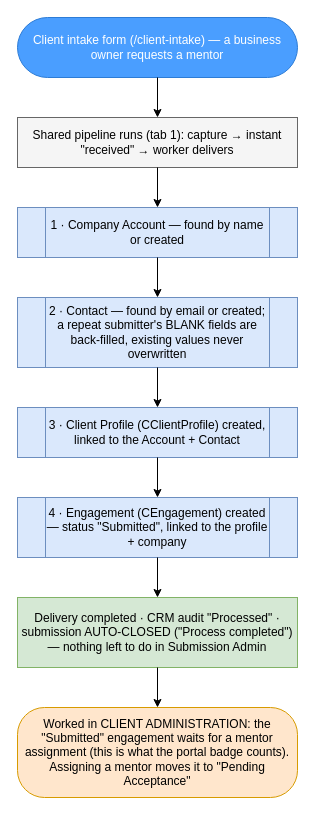
Before: page "2 · Client intake" (3 of 8) of intake-processing-flow.drawio in dbower44022/cbm-client-intake, a draw.io diagram. Source tidied: cells renumbered, new cells numbered last; positions are measured from the earlier drawing's top-left corner, leaving out a move shared by most shapes. Both pictures are drawn from the tidied source at 100%, with x=0, y=0 at pixel (17, 17).
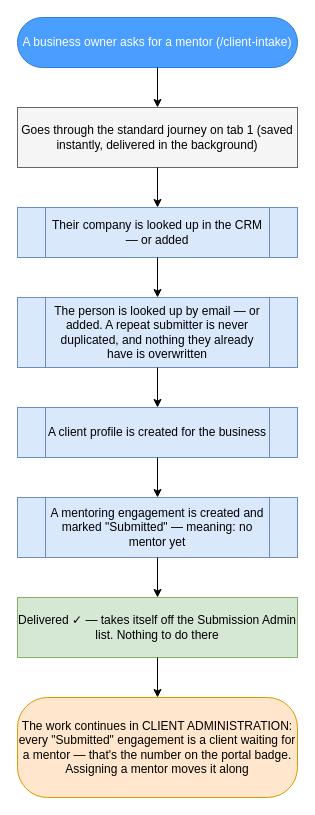
After the change.

Commit message (it also covers changes not shown here):
docs(intake): rewrite the flow diagram in plain language

Doug's review: the first version moved the status jargon into the boxes
instead of removing it. Nodes now say what happens in plain words; the
internal status vocabulary appears only on tab 0 as a one-page table
mapping each stage to what Submission Admin and the CRM each call it.

Diff of the diagram source:
```diff
@@
 <mxGraphModel>
   <root>
     <mxCell id="0" />
     <mxCell id="1" parent="0" />
-    <mxCell id="2" value="Client intake form (/client-intake) — a business owner requests a mentor" style="rounded=1;whiteSpace=wrap;html=1;arcSize=50;fillColor=#4A9EFF;fontColor=#FFFFFF;strokeColor=#2D7CD6;" parent="1" vertex="1">
-      <mxGeometry width="280" height="60" as="geometry" />
+    <mxCell id="2" value="A business owner asks for a mentor (/client-intake)" style="rounded=1;whiteSpace=wrap;html=1;arcSize=50;fillColor=#4A9EFF;fontColor=#FFFFFF;strokeColor=#2D7CD6;" parent="1" vertex="1">
+      <mxGeometry width="280" height="50" as="geometry" />
     </mxCell>
-    <mxCell id="3" value="Shared pipeline runs (tab 1): capture → instant &quot;received&quot; → worker delivers" style="rounded=0;whiteSpace=wrap;html=1;fillColor=#F5F5F5;strokeColor=#666666;" parent="1" vertex="1">
-      <mxGeometry y="100" width="280" height="50" as="geometry" />
+    <mxCell id="3" value="Goes through the standard journey on tab 1 (saved instantly, delivered in the background)" style="rounded=0;whiteSpace=wrap;html=1;fillColor=#F5F5F5;strokeColor=#666666;" parent="1" vertex="1">
+      <mxGeometry y="90" width="280" height="60" as="geometry" />
     </mxCell>
-    <mxCell id="4" value="1 · Company Account — found by name or created" style="shape=process;whiteSpace=wrap;html=1;backgroundOutline=1;fillColor=#DAE8FC;strokeColor=#6C8EBF;" parent="1" vertex="1">
+    <mxCell id="4" value="Their company is looked up in the CRM — or added" style="shape=process;whiteSpace=wrap;html=1;backgroundOutline=1;fillColor=#DAE8FC;strokeColor=#6C8EBF;" parent="1" vertex="1">
       <mxGeometry y="190" width="280" height="50" as="geometry" />
     </mxCell>
-    <mxCell id="5" value="2 · Contact — found by email or created; a repeat submitter's BLANK fields are back-filled, existing values never overwritten" style="shape=process;whiteSpace=wrap;html=1;backgroundOutline=1;fillColor=#DAE8FC;strokeColor=#6C8EBF;" parent="1" vertex="1">
+    <mxCell id="5" value="The person is looked up by email — or added. A repeat submitter is never duplicated, and nothing they already have is overwritten" style="shape=process;whiteSpace=wrap;html=1;backgroundOutline=1;fillColor=#DAE8FC;strokeColor=#6C8EBF;" parent="1" vertex="1">
       <mxGeometry y="280" width="280" height="70" as="geometry" />
     </mxCell>
-    <mxCell id="6" value="3 · Client Profile (CClientProfile) created, linked to the Account + Contact" style="shape=process;whiteSpace=wrap;html=1;backgroundOutline=1;fillColor=#DAE8FC;strokeColor=#6C8EBF;" parent="1" vertex="1">
+    <mxCell id="6" value="A client profile is created for the business" style="shape=process;whiteSpace=wrap;html=1;backgroundOutline=1;fillColor=#DAE8FC;strokeColor=#6C8EBF;" parent="1" vertex="1">
       <mxGeometry y="390" width="280" height="50" as="geometry" />
     </mxCell>
-    <mxCell id="7" value="4 · Engagement (CEngagement) created — status &quot;Submitted&quot;, linked to the profile + company" style="shape=process;whiteSpace=wrap;html=1;backgroundOutline=1;fillColor=#DAE8FC;strokeColor=#6C8EBF;" parent="1" vertex="1">
+    <mxCell id="7" value="A mentoring engagement is created and marked &quot;Submitted&quot; — meaning: no mentor yet" style="shape=process;whiteSpace=wrap;html=1;backgroundOutline=1;fillColor=#DAE8FC;strokeColor=#6C8EBF;" parent="1" vertex="1">
       <mxGeometry y="480" width="280" height="60" as="geometry" />
     </mxCell>
-    <mxCell id="8" value="Delivery completed · CRM audit &quot;Processed&quot; · submission AUTO-CLOSED (&quot;Process completed&quot;) — nothing left to do in Submission Admin" style="rounded=0;whiteSpace=wrap;html=1;fillColor=#D5E8D4;strokeColor=#82B366;" parent="1" vertex="1">
-      <mxGeometry y="580" width="280" height="70" as="geometry" />
+    <mxCell id="8" value="Delivered ✓ — takes itself off the Submission Admin list. Nothing to do there" style="rounded=0;whiteSpace=wrap;html=1;fillColor=#D5E8D4;strokeColor=#82B366;" parent="1" vertex="1">
+      <mxGeometry y="580" width="280" height="60" as="geometry" />
     </mxCell>
-    <mxCell id="9" value="Worked in CLIENT ADMINISTRATION: the &quot;Submitted&quot; engagement waits for a mentor assignment (this is what the portal badge counts). Assigning a mentor moves it to &quot;Pending Acceptance&quot;" style="rounded=1;whiteSpace=wrap;html=1;arcSize=30;fillColor=#FFE6CC;strokeColor=#D79B00;" parent="1" vertex="1">
-      <mxGeometry y="690" width="280" height="90" as="geometry" />
+    <mxCell id="9" value="The work continues in CLIENT ADMINISTRATION: every &quot;Submitted&quot; engagement is a client waiting for a mentor — that's the number on the portal badge. Assigning a mentor moves it along" style="rounded=1;whiteSpace=wrap;html=1;arcSize=30;fillColor=#FFE6CC;strokeColor=#D79B00;" parent="1" vertex="1">
+      <mxGeometry y="680" width="280" height="100" as="geometry" />
     </mxCell>
     <mxCell id="10" style="endArrow=classic;" parent="1" edge="1" source="2" target="3">
       <mxGeometry relative="1" as="geometry" />
     </mxCell>
     <mxCell id="11" style="endArrow=classic;" parent="1" edge="1" source="3" target="4">
       <mxGeometry relative="1" as="geometry" />
     </mxCell>
     <mxCell id="12" style="endArrow=classic;" parent="1" edge="1" source="4" target="5">
       <mxGeometry relative="1" as="geometry" />
     </mxCell>
     <mxCell id="13" style="endArrow=classic;" parent="1" edge="1" source="5" target="6">
       <mxGeometry relative="1" as="geometry" />
     </mxCell>
     <mxCell id="14" style="endArrow=classic;" parent="1" edge="1" source="6" target="7">
       <mxGeometry relative="1" as="geometry" />
     </mxCell>
     <mxCell id="15" style="endArrow=classic;" parent="1" edge="1" source="7" target="8">
       <mxGeometry relative="1" as="geometry" />
     </mxCell>
     <mxCell id="16" style="endArrow=classic;" parent="1" edge="1" source="8" target="9">
       <mxGeometry relative="1" as="geometry" />
     </mxCell>
   </root>
 </mxGraphModel>
```
